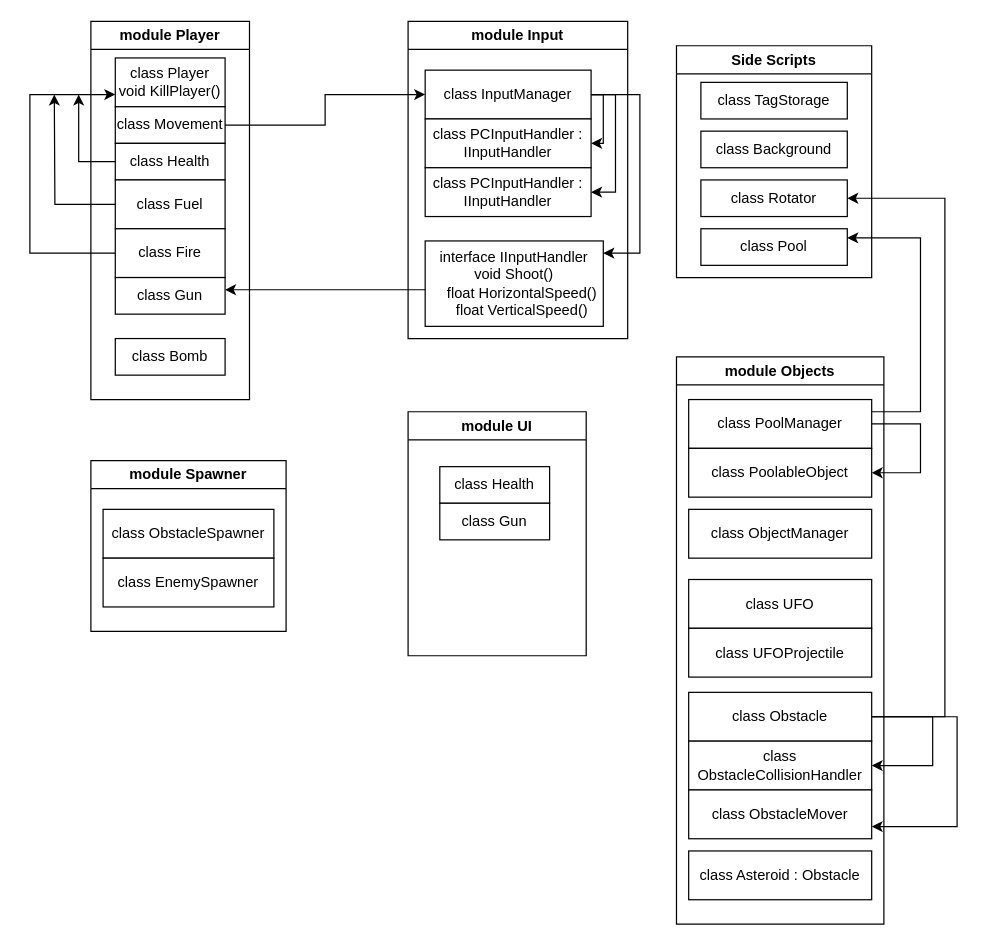
Before: Assets/DodgeDamnAsteroids/DDA.drawio in MaminSiberian/Asteroids, a draw.io diagram. Source tidied: cells renumbered, new cells numbered last; positions are measured from the earlier drawing's top-left corner, leaving out a move shared by most shapes. Both pictures are drawn from the tidied source at 122%, with x=0, y=0 at pixel (29, 21).
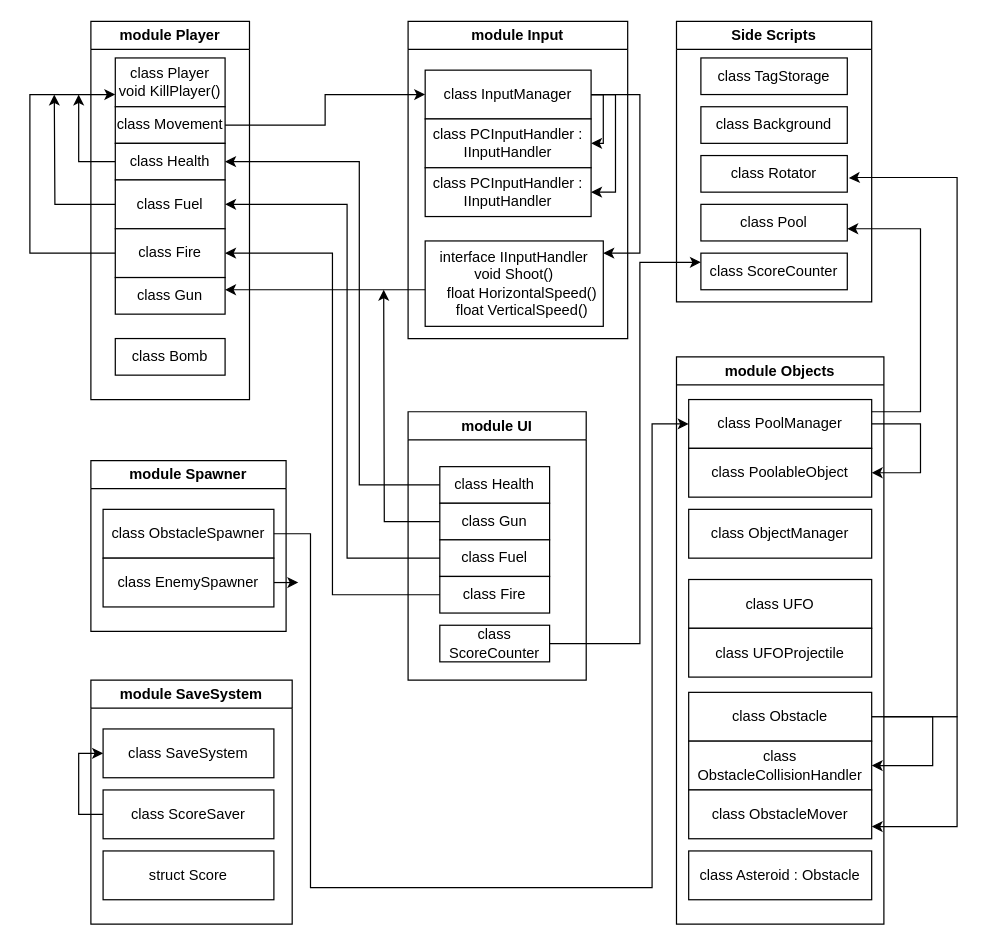
Above is the later version.

Unchanged cells that the change refers to:
```xml
<mxCell id="6" value="class Health" style="rounded=0;whiteSpace=wrap;html=1;" parent="2" vertex="1">
  <mxGeometry x="20" y="100" width="90" height="30" as="geometry" />
</mxCell>
<mxCell id="8" value="class Fuel" style="rounded=0;whiteSpace=wrap;html=1;" parent="2" vertex="1">
  <mxGeometry x="20" y="130" width="90" height="40" as="geometry" />
</mxCell>
<mxCell id="10" value="class Fire" style="rounded=0;whiteSpace=wrap;html=1;" parent="2" vertex="1">
  <mxGeometry x="20" y="170" width="90" height="40" as="geometry" />
</mxCell>
<mxCell id="23" value="module Spawner" style="swimlane;whiteSpace=wrap;html=1;" parent="1" vertex="1">
  <mxGeometry x="50" y="360" width="160" height="140" as="geometry" />
</mxCell>
<mxCell id="24" value="class ObstacleSpawner" style="rounded=0;whiteSpace=wrap;html=1;" parent="23" vertex="1">
  <mxGeometry x="10" y="40" width="140" height="40" as="geometry" />
</mxCell>
<mxCell id="25" value="class EnemySpawner" style="rounded=0;whiteSpace=wrap;html=1;" parent="23" vertex="1">
  <mxGeometry x="10" y="80" width="140" height="40" as="geometry" />
</mxCell>
<mxCell id="28" value="class PoolManager" style="rounded=0;whiteSpace=wrap;html=1;" parent="26" vertex="1">
  <mxGeometry x="10" y="35" width="150" height="40" as="geometry" />
</mxCell>
<mxCell id="35" value="class Obstacle" style="rounded=0;whiteSpace=wrap;html=1;" parent="26" vertex="1">
  <mxGeometry x="10" y="275" width="150" height="40" as="geometry" />
</mxCell>
<mxCell id="42" value="class Rotator" style="rounded=0;whiteSpace=wrap;html=1;" parent="39" vertex="1">
  <mxGeometry x="20" y="110" width="120" height="30" as="geometry" />
</mxCell>
<mxCell id="43" value="class Pool" style="rounded=0;whiteSpace=wrap;html=1;" parent="39" vertex="1">
  <mxGeometry x="20" y="150" width="120" height="30" as="geometry" />
</mxCell>
<mxCell id="47" value="class Health" style="rounded=0;whiteSpace=wrap;html=1;" parent="46" vertex="1">
  <mxGeometry x="26" y="45" width="90" height="30" as="geometry" />
</mxCell>
<mxCell id="48" value="class Gun" style="rounded=0;whiteSpace=wrap;html=1;" parent="46" vertex="1">
  <mxGeometry x="26" y="75" width="90" height="30" as="geometry" />
</mxCell>
```

Diff of the diagram source:
```diff
@@
+    <mxCell id="49" style="edgeStyle=orthogonalEdgeStyle;rounded=0;jettySize=auto;html=1;" parent="23" edge="1" source="25">
+      <mxGeometry relative="1" as="geometry">
+        <mxPoint x="170" y="100" as="targetPoint" />
+      </mxGeometry>
+    </mxCell>
@@
     <mxCell id="39" value="Side Scripts" style="swimlane;whiteSpace=wrap;html=1;" parent="1" vertex="1">
-      <mxGeometry x="530" y="20" width="160" height="190" as="geometry" />
+      <mxGeometry x="530" width="160" height="230" as="geometry" />
     </mxCell>
@@
+    <mxCell id="45" style="edgeStyle=orthogonalEdgeStyle;rounded=0;jettySize=auto;html=1;entryX=1.01;entryY=0.613;entryDx=0;entryDy=0;entryPerimeter=0;" parent="39" edge="1" target="42">
+      <mxGeometry relative="1" as="geometry">
+        <mxPoint x="170" y="570" as="sourcePoint" />
+        <Array as="points">
+          <mxPoint x="230" y="570" />
+          <mxPoint x="230" y="128" />
+          <mxPoint x="150" y="128" />
+        </Array>
+      </mxGeometry>
+    </mxCell>
+    <mxCell id="50" value="class ScoreCounter" style="rounded=0;whiteSpace=wrap;html=1;" parent="39" vertex="1">
+      <mxGeometry x="20" y="190" width="120" height="30" as="geometry" />
+    </mxCell>
-    <mxCell id="44" style="edgeStyle=orthogonalEdgeStyle;rounded=0;jettySize=auto;html=1;entryX=1;entryY=0.25;entryDx=0;entryDy=0;" parent="1" edge="1" source="28" target="43">
+    <mxCell id="44" style="edgeStyle=orthogonalEdgeStyle;rounded=0;jettySize=auto;html=1;" parent="1" edge="1" source="28">
       <mxGeometry relative="1" as="geometry">
+        <mxPoint x="670" y="170" as="targetPoint" />
         <Array as="points">
           <mxPoint x="730" y="320" />
-          <mxPoint x="730" y="178" />
+          <mxPoint x="730" y="170" />
+          <mxPoint x="670" y="170" />
         </Array>
       </mxGeometry>
     </mxCell>
-    <mxCell id="45" style="edgeStyle=orthogonalEdgeStyle;rounded=0;jettySize=auto;html=1;entryX=1;entryY=0.5;entryDx=0;entryDy=0;" parent="1" edge="1" source="35" target="42">
-      <mxGeometry relative="1" as="geometry">
-        <Array as="points">
-          <mxPoint x="750" y="570" />
-          <mxPoint x="750" y="145" />
-        </Array>
-      </mxGeometry>
-    </mxCell>
     <mxCell id="46" value="module UI" style="swimlane;whiteSpace=wrap;html=1;" parent="1" vertex="1">
-      <mxGeometry x="310" y="320" width="146" height="200" as="geometry" />
+      <mxGeometry x="310" y="320" width="146" height="220" as="geometry" />
     </mxCell>
@@
+    <mxCell id="51" style="edgeStyle=orthogonalEdgeStyle;rounded=0;jettySize=auto;html=1;" parent="46" edge="1" source="48">
+      <mxGeometry relative="1" as="geometry">
+        <mxPoint x="-20" y="-100" as="targetPoint" />
+      </mxGeometry>
+    </mxCell>
@@
+    <mxCell id="52" value="class Fuel" style="rounded=0;whiteSpace=wrap;html=1;" parent="46" vertex="1">
+      <mxGeometry x="26" y="105" width="90" height="30" as="geometry" />
+    </mxCell>
+    <mxCell id="53" value="class Fire" style="rounded=0;whiteSpace=wrap;html=1;" parent="46" vertex="1">
+      <mxGeometry x="26" y="135" width="90" height="30" as="geometry" />
+    </mxCell>
+    <mxCell id="54" value="class ScoreCounter" style="rounded=0;whiteSpace=wrap;html=1;" parent="46" vertex="1">
+      <mxGeometry x="26" y="175" width="90" height="30" as="geometry" />
+    </mxCell>
+    <mxCell id="55" style="edgeStyle=orthogonalEdgeStyle;rounded=0;jettySize=auto;html=1;exitX=0;exitY=0.5;exitDx=0;exitDy=0;entryX=1;entryY=0.5;entryDx=0;entryDy=0;" parent="1" edge="1" source="47" target="6">
+      <mxGeometry relative="1" as="geometry">
+        <Array as="points">
+          <mxPoint x="270" y="380" />
+          <mxPoint x="270" y="115" />
+        </Array>
+      </mxGeometry>
+    </mxCell>
+    <mxCell id="56" style="edgeStyle=orthogonalEdgeStyle;rounded=0;jettySize=auto;html=1;entryX=1;entryY=0.5;entryDx=0;entryDy=0;" parent="1" edge="1" source="52" target="8">
+      <mxGeometry relative="1" as="geometry">
+        <Array as="points">
+          <mxPoint x="260" y="440" />
+          <mxPoint x="260" y="150" />
+        </Array>
+      </mxGeometry>
+    </mxCell>
+    <mxCell id="57" style="edgeStyle=orthogonalEdgeStyle;rounded=0;jettySize=auto;html=1;entryX=1;entryY=0.5;entryDx=0;entryDy=0;" parent="1" edge="1" source="53" target="10">
+      <mxGeometry relative="1" as="geometry" />
+    </mxCell>
+    <mxCell id="58" style="edgeStyle=orthogonalEdgeStyle;rounded=0;jettySize=auto;html=1;entryX=0;entryY=0.5;entryDx=0;entryDy=0;" parent="1" edge="1" source="24" target="28">
+      <mxGeometry relative="1" as="geometry">
+        <Array as="points">
+          <mxPoint x="230" y="420" />
+          <mxPoint x="230" y="710" />
+          <mxPoint x="510" y="710" />
+          <mxPoint x="510" y="330" />
+        </Array>
+      </mxGeometry>
+    </mxCell>
+    <mxCell id="59" style="edgeStyle=orthogonalEdgeStyle;rounded=0;jettySize=auto;html=1;entryX=0;entryY=0.25;entryDx=0;entryDy=0;" parent="1" edge="1" source="54" target="50">
+      <mxGeometry relative="1" as="geometry">
+        <Array as="points">
+          <mxPoint x="500" y="510" />
+          <mxPoint x="500" y="198" />
+        </Array>
+      </mxGeometry>
+    </mxCell>
+    <mxCell id="60" value="module SaveSystem" style="swimlane;whiteSpace=wrap;html=1;" parent="1" vertex="1">
+      <mxGeometry x="50" y="540" width="165" height="200" as="geometry" />
+    </mxCell>
+    <mxCell id="61" value="class SaveSystem" style="rounded=0;whiteSpace=wrap;html=1;" parent="60" vertex="1">
+      <mxGeometry x="10" y="40" width="140" height="40" as="geometry" />
+    </mxCell>
+    <mxCell id="62" value="struct Score" style="rounded=0;whiteSpace=wrap;html=1;" parent="60" vertex="1">
+      <mxGeometry x="10" y="140" width="140" height="40" as="geometry" />
+    </mxCell>
+    <mxCell id="63" style="edgeStyle=orthogonalEdgeStyle;rounded=0;jettySize=auto;html=1;entryX=0;entryY=0.5;entryDx=0;entryDy=0;" parent="60" edge="1" source="64" target="61">
+      <mxGeometry relative="1" as="geometry">
+        <Array as="points">
+          <mxPoint x="-10" y="110" />
+          <mxPoint x="-10" y="60" />
+        </Array>
+      </mxGeometry>
+    </mxCell>
+    <mxCell id="64" value="class ScoreSaver" style="rounded=0;whiteSpace=wrap;html=1;" parent="60" vertex="1">
+      <mxGeometry x="10" y="90" width="140" height="40" as="geometry" />
+    </mxCell>
```
